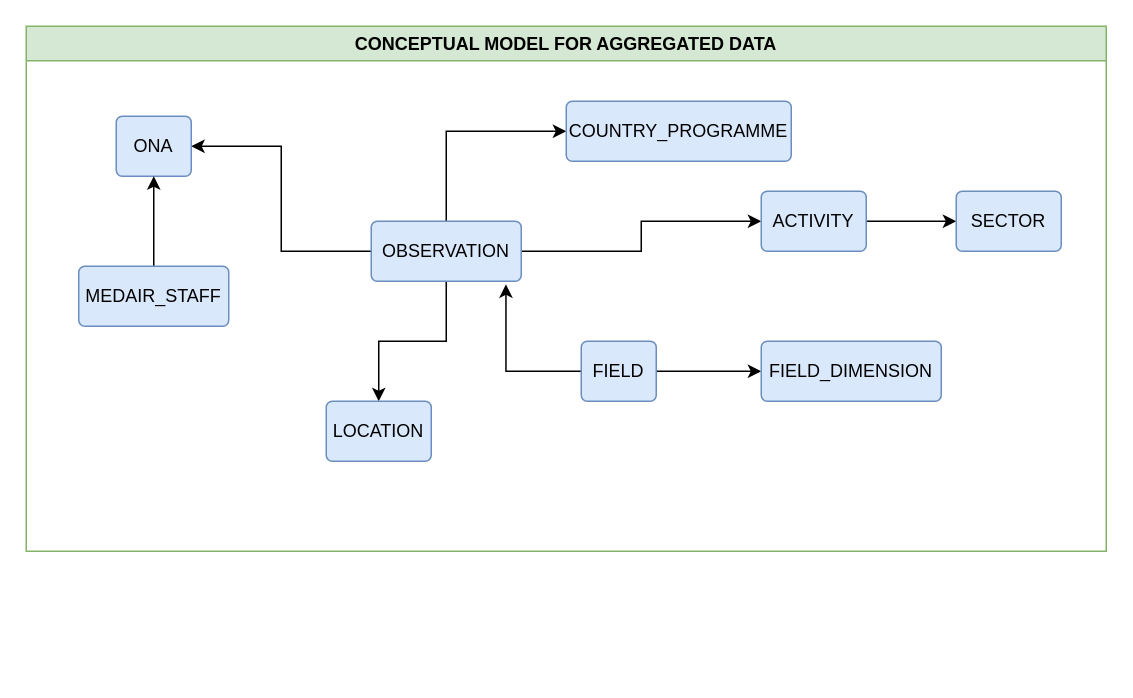
alimehdy/drawio keeps this draw.io diagram as Conecptual Data Model.drawio. Above is the earlier version. Source tidied: cells renumbered, new cells numbered last; positions are measured from the earlier drawing's top-left corner, leaving out a move shared by most shapes. Both pictures are drawn from the tidied source at 150%, with x=0, y=0 at pixel (26, 26).
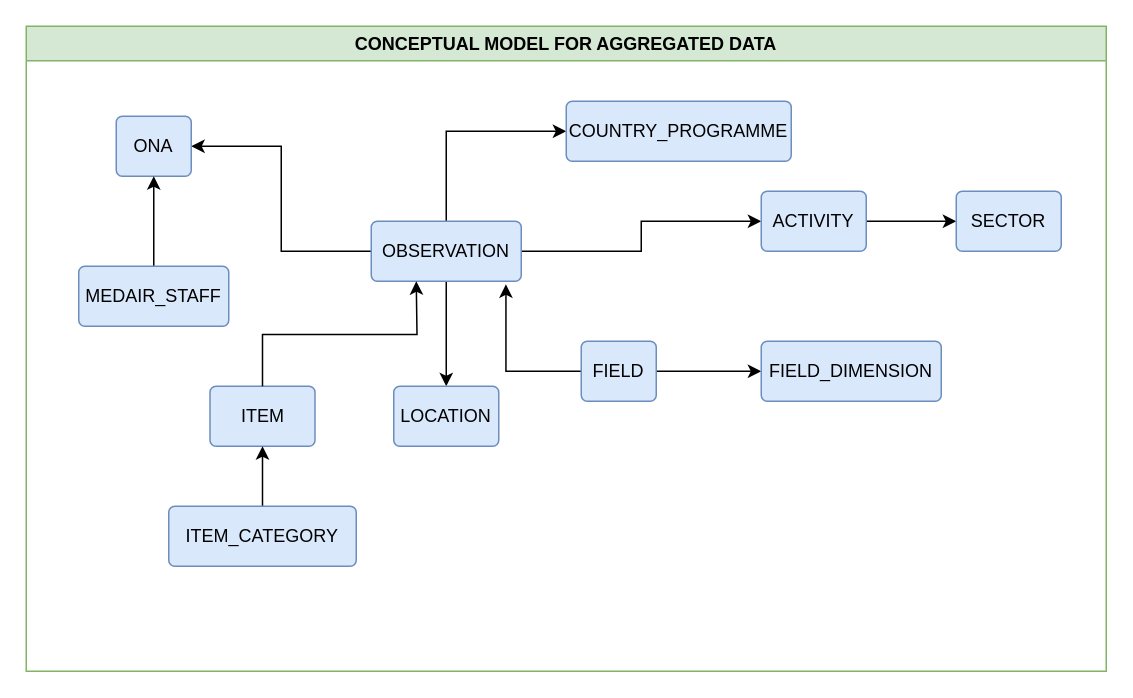
After the change.

The edit, as a diff of the source:
```diff
@@
-    <mxCell id="8" value="LOCATION" style="rounded=1;arcSize=10;whiteSpace=wrap;html=1;align=center;fillColor=#dae8fc;strokeColor=#6c8ebf;" parent="1" vertex="1">
-      <mxGeometry x="200" y="250" width="70" height="40" as="geometry" />
-    </mxCell>
@@
     <mxCell id="20" value="CONCEPTUAL MODEL FOR AGGREGATED DATA" style="swimlane;startSize=23;fillColor=#d5e8d4;strokeColor=#82b366;" parent="1" vertex="1">
-      <mxGeometry width="720" height="350" as="geometry" />
+      <mxGeometry width="720" height="430" as="geometry" />
     </mxCell>
+    <mxCell id="21" value="ITEM" style="rounded=1;arcSize=10;whiteSpace=wrap;html=1;align=center;fillColor=#dae8fc;strokeColor=#6c8ebf;" parent="20" vertex="1">
+      <mxGeometry x="122.5" y="240" width="70" height="40" as="geometry" />
+    </mxCell>
+    <mxCell id="22" style="edgeStyle=orthogonalEdgeStyle;rounded=0;jettySize=auto;html=1;exitX=0.5;exitY=0;exitDx=0;exitDy=0;" parent="20" edge="1" source="23" target="21">
+      <mxGeometry relative="1" as="geometry" />
+    </mxCell>
+    <mxCell id="23" value="ITEM_CATEGORY" style="rounded=1;arcSize=10;whiteSpace=wrap;html=1;align=center;fillColor=#dae8fc;strokeColor=#6c8ebf;" parent="20" vertex="1">
+      <mxGeometry x="95" y="320" width="125" height="40" as="geometry" />
+    </mxCell>
+    <mxCell id="8" value="LOCATION" style="rounded=1;arcSize=10;whiteSpace=wrap;html=1;align=center;fillColor=#dae8fc;strokeColor=#6c8ebf;" parent="20" vertex="1">
+      <mxGeometry x="245" y="240" width="70" height="40" as="geometry" />
+    </mxCell>
+    <mxCell id="24" style="edgeStyle=orthogonalEdgeStyle;rounded=0;jettySize=auto;html=1;exitX=0.5;exitY=0;exitDx=0;exitDy=0;" parent="1" edge="1" source="21">
+      <mxGeometry relative="1" as="geometry">
+        <mxPoint x="260" y="170" as="targetPoint" />
+      </mxGeometry>
+    </mxCell>
```
